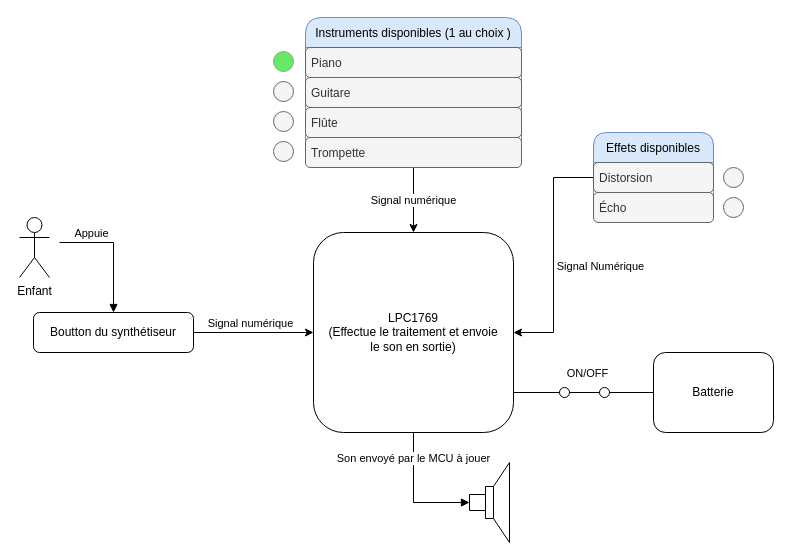
Earlier version of the draw.io diagram Schemas/Schema_fonctionnel.drawio (Ithoh/ProjetSynthe). Source tidied: cells renumbered, new cells numbered last; positions are measured from the earlier drawing's top-left corner, leaving out a move shared by most shapes. Both pictures are drawn from the tidied source at 100%, with x=0, y=0 at pixel (19, 17).
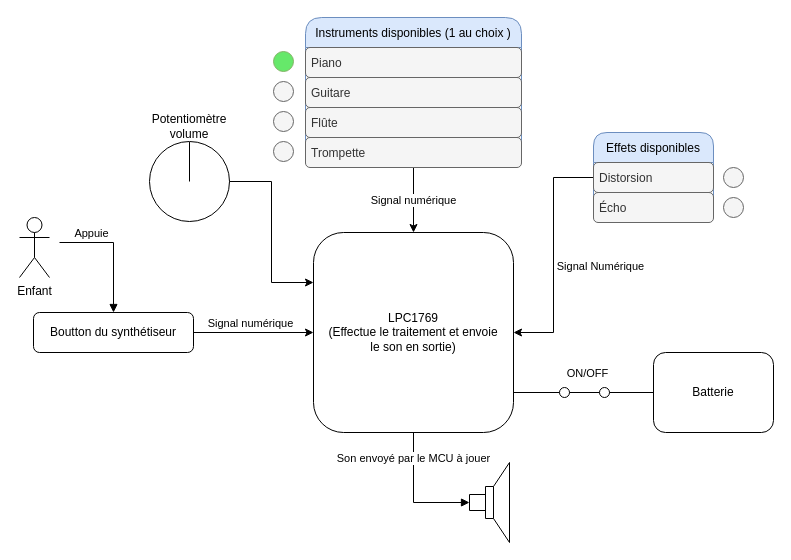
The same page after the edit.

Commit message (it also covers changes not shown here):
Modification du nombre de boutons + modif schema fonctionnel

The change refers to these unchanged cells:
```xml
<mxCell id="7" value="LPC1769&lt;br&gt;(Effectue le traitement et envoie&lt;br&gt;le son en sortie)" style="rounded=1;whiteSpace=wrap;html=1;align=center;" parent="1" vertex="1">
  <mxGeometry x="294" y="215" width="200" height="200" as="geometry" />
</mxCell>
```

Diff of the diagram source:
```diff
@@
+    <mxCell id="35" style="edgeStyle=orthogonalEdgeStyle;rounded=0;jettySize=auto;html=1;entryX=0;entryY=0.25;entryDx=0;entryDy=0;" parent="1" edge="1" source="36" target="7">
+      <mxGeometry relative="1" as="geometry" />
+    </mxCell>
+    <mxCell id="36" style="ellipse;whiteSpace=wrap;html=1;fillColor=none;" parent="1" vertex="1">
+      <mxGeometry x="130" y="124" width="80" height="80" as="geometry" />
+    </mxCell>
+    <mxCell id="37" style="endArrow=none;html=1;rounded=0;entryX=0.5;entryY=0.007;entryDx=0;entryDy=0;entryPerimeter=0;" parent="1" edge="1" target="36">
+      <mxGeometry relative="1" as="geometry">
+        <mxPoint x="170" y="164" as="sourcePoint" />
+      </mxGeometry>
+    </mxCell>
+    <mxCell id="38" value="Potentiomètre volume" style="text;html=1;strokeColor=none;fillColor=none;align=center;verticalAlign=middle;whiteSpace=wrap;rounded=0;" parent="1" vertex="1">
+      <mxGeometry x="125" y="94" width="90" height="30" as="geometry" />
+    </mxCell>
```
